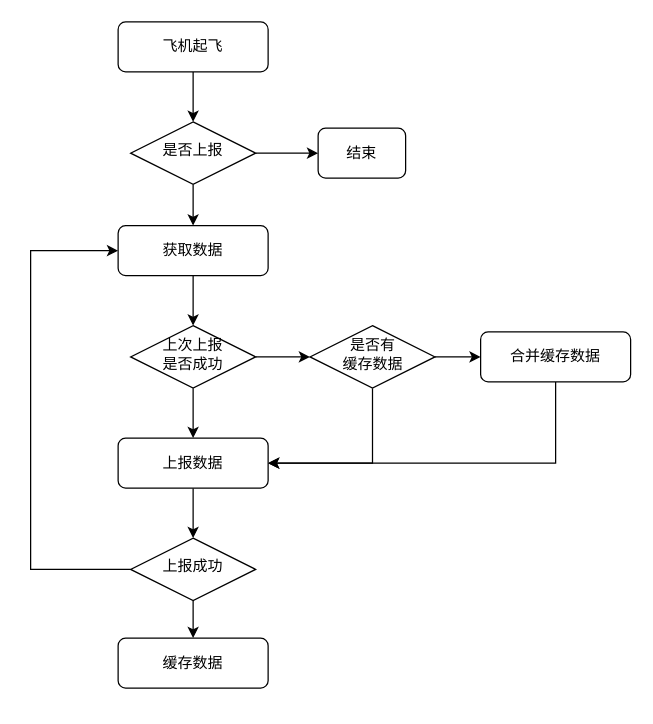
Earlier version of the draw.io diagram 动态数据报送.drawio (xubinlu/AndroidNDK). Source tidied: cells renumbered, new cells numbered last; positions are measured from the earlier drawing's top-left corner, leaving out a move shared by most shapes. Both pictures are drawn from the tidied source at 125%, with x=0, y=0 at pixel (30, 21).
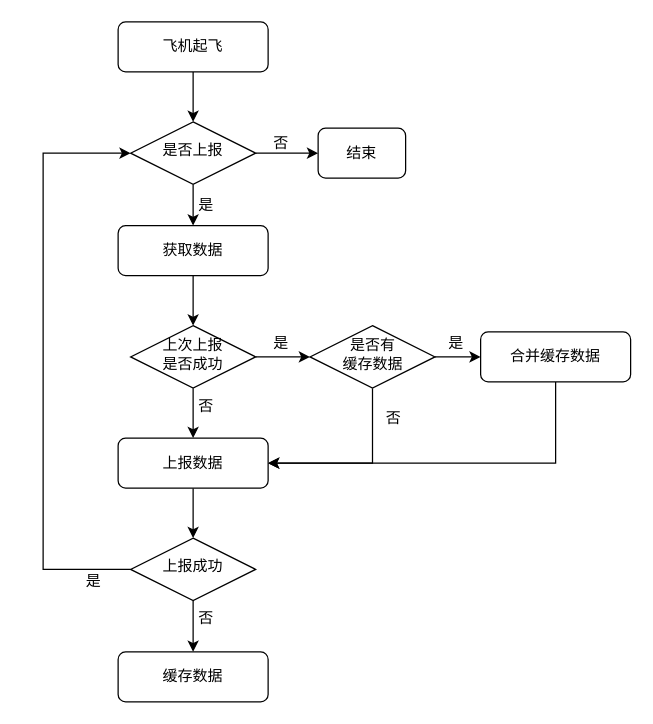
Above is the later version.

Commit message (it also covers changes not shown here):
更新动态数据报送.drawio

Unchanged cells that the change refers to:
```xml
<mxCell id="6" value="是否上报" style="rhombus;whiteSpace=wrap;html=1;shadow=0;fontFamily=Helvetica;fontSize=12;align=center;strokeWidth=1;spacing=6;spacingTop=-4;" parent="1" vertex="1">
  <mxGeometry x="80" y="80" width="100" height="50" as="geometry" />
</mxCell>
<mxCell id="9" value="获取数据" style="rounded=1;whiteSpace=wrap;html=1;fontSize=12;glass=0;strokeWidth=1;shadow=0;" parent="1" vertex="1">
  <mxGeometry x="70" y="163" width="120" height="40" as="geometry" />
</mxCell>
<mxCell id="12" value="上报成功" style="rhombus;whiteSpace=wrap;html=1;shadow=0;fontFamily=Helvetica;fontSize=12;align=center;strokeWidth=1;spacing=6;spacingTop=-4;" parent="1" vertex="1">
  <mxGeometry x="80" y="413" width="100" height="50" as="geometry" />
</mxCell>
```

What changed in the source:
```diff
@@
-    <mxCell id="10" style="edgeStyle=orthogonalEdgeStyle;rounded=0;jettySize=auto;html=1;exitX=0;exitY=0.5;exitDx=0;exitDy=0;entryX=0;entryY=0.5;entryDx=0;entryDy=0;" parent="1" edge="1" source="12" target="9">
-      <mxGeometry relative="1" as="geometry">
-        <Array as="points">
-          <mxPoint y="438" />
-          <mxPoint y="183" />
-        </Array>
-      </mxGeometry>
-    </mxCell>
@@
+    <mxCell id="24" style="edgeStyle=orthogonalEdgeStyle;rounded=0;jettySize=auto;html=1;exitX=0;exitY=0.5;exitDx=0;exitDy=0;entryX=0;entryY=0.5;entryDx=0;entryDy=0;" parent="1" edge="1" source="12" target="6">
+      <mxGeometry relative="1" as="geometry">
+        <Array as="points">
+          <mxPoint x="10" y="438" />
+          <mxPoint x="10" y="105" />
+        </Array>
+      </mxGeometry>
+    </mxCell>
@@
     <mxCell id="13" value="缓存数据" style="whiteSpace=wrap;html=1;rounded=1;glass=0;strokeWidth=1;shadow=0;" parent="1" vertex="1">
-      <mxGeometry x="70" y="493" width="120" height="40" as="geometry" />
+      <mxGeometry x="70" y="504" width="120" height="40" as="geometry" />
     </mxCell>
@@
+    <mxCell id="25" value="否" style="text;html=1;align=center;verticalAlign=middle;strokeColor=none;fillColor=none;" parent="1" vertex="1">
+      <mxGeometry x="120" y="462" width="40" height="30" as="geometry" />
+    </mxCell>
+    <mxCell id="26" value="是" style="text;html=1;align=center;verticalAlign=middle;strokeColor=none;fillColor=none;" parent="1" vertex="1">
+      <mxGeometry x="30" y="433" width="40" height="30" as="geometry" />
+    </mxCell>
+    <mxCell id="27" value="否" style="text;html=1;align=center;verticalAlign=middle;strokeColor=none;fillColor=none;" parent="1" vertex="1">
+      <mxGeometry x="270" y="302" width="40" height="30" as="geometry" />
+    </mxCell>
+    <mxCell id="28" value="是" style="text;html=1;align=center;verticalAlign=middle;strokeColor=none;fillColor=none;" parent="1" vertex="1">
+      <mxGeometry x="320" y="242" width="40" height="30" as="geometry" />
+    </mxCell>
+    <mxCell id="29" value="否" style="text;html=1;align=center;verticalAlign=middle;strokeColor=none;fillColor=none;" parent="1" vertex="1">
+      <mxGeometry x="120" y="293" width="40" height="30" as="geometry" />
+    </mxCell>
+    <mxCell id="30" value="是" style="text;html=1;align=center;verticalAlign=middle;strokeColor=none;fillColor=none;" parent="1" vertex="1">
+      <mxGeometry x="180" y="242" width="40" height="30" as="geometry" />
+    </mxCell>
+    <mxCell id="31" value="是" style="text;html=1;align=center;verticalAlign=middle;strokeColor=none;fillColor=none;" parent="1" vertex="1">
+      <mxGeometry x="120" y="132" width="40" height="30" as="geometry" />
+    </mxCell>
+    <mxCell id="32" value="否" style="text;html=1;align=center;verticalAlign=middle;strokeColor=none;fillColor=none;" parent="1" vertex="1">
+      <mxGeometry x="180" y="82" width="40" height="30" as="geometry" />
+    </mxCell>
```
